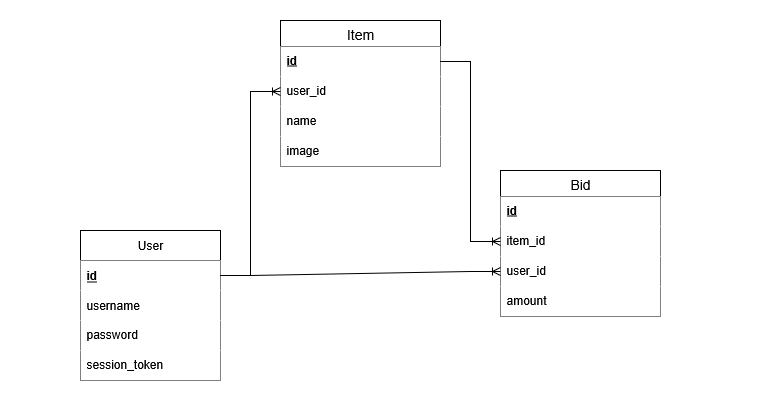
The draw.io diagram Entity_Relationship_Diagram.png in LazerGater/capstone1_AuctionApp, before a commit. Source tidied: cells renumbered, new cells last; positions are measured from the earlier drawing's top-left corner, leaving out a move shared by most shapes.
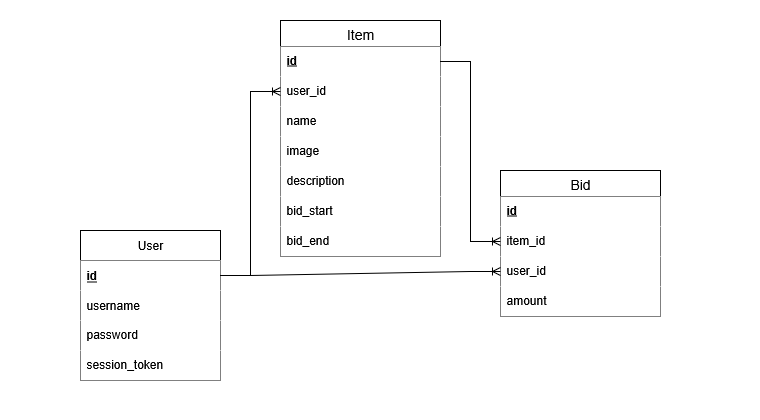
After the change.

Commit message:
chore: update entity relationship diagram

Diff of the diagram source:
```diff
@@ -21,7 +21,7 @@
       <mxGeometry y="120" width="140" height="30" as="geometry" />
     </mxCell>
     <mxCell id="8" value="Item" style="swimlane;fontStyle=0;horizontal=1;startSize=26;align=center;fontSize=14;" parent="1" vertex="1">
-      <mxGeometry x="280" y="20" width="160" height="146" as="geometry" />
+      <mxGeometry x="280" y="20" width="160" height="236" as="geometry" />
     </mxCell>
     <mxCell id="9" value="&lt;b&gt;&lt;u&gt;id&lt;/u&gt;&lt;/b&gt;" style="text;strokeColor=none;fillColor=default;spacingLeft=4;spacingRight=4;overflow=hidden;points=[[0,0.5],[1,0.5]];portConstraint=eastwest;fontSize=12;whiteSpace=wrap;html=1;" parent="8" vertex="1">
       <mxGeometry y="26" width="160" height="30" as="geometry" />
@@ -35,6 +35,15 @@
     <mxCell id="12" value="image" style="text;strokeColor=none;fillColor=default;spacingLeft=4;spacingRight=4;overflow=hidden;fontSize=12;whiteSpace=wrap;html=1;" parent="8" vertex="1">
       <mxGeometry y="116" width="160" height="30" as="geometry" />
     </mxCell>
+    <mxCell id="21" value="description" style="text;strokeColor=none;fillColor=default;spacingLeft=4;spacingRight=4;overflow=hidden;fontSize=12;whiteSpace=wrap;html=1;" parent="8" vertex="1">
+      <mxGeometry y="146" width="160" height="30" as="geometry" />
+    </mxCell>
+    <mxCell id="22" value="bid_start" style="text;strokeColor=none;fillColor=default;spacingLeft=4;spacingRight=4;overflow=hidden;fontSize=12;whiteSpace=wrap;html=1;" parent="8" vertex="1">
+      <mxGeometry y="176" width="160" height="30" as="geometry" />
+    </mxCell>
+    <mxCell id="23" value="bid_end" style="text;strokeColor=none;fillColor=default;spacingLeft=4;spacingRight=4;overflow=hidden;fontSize=12;whiteSpace=wrap;html=1;" parent="8" vertex="1">
+      <mxGeometry y="206" width="160" height="30" as="geometry" />
+    </mxCell>
     <mxCell id="13" value="Bid" style="swimlane;fontStyle=0;horizontal=1;startSize=26;align=center;fontSize=14;" parent="1" vertex="1">
       <mxGeometry x="500" y="170" width="160" height="146" as="geometry" />
     </mxCell>
```
